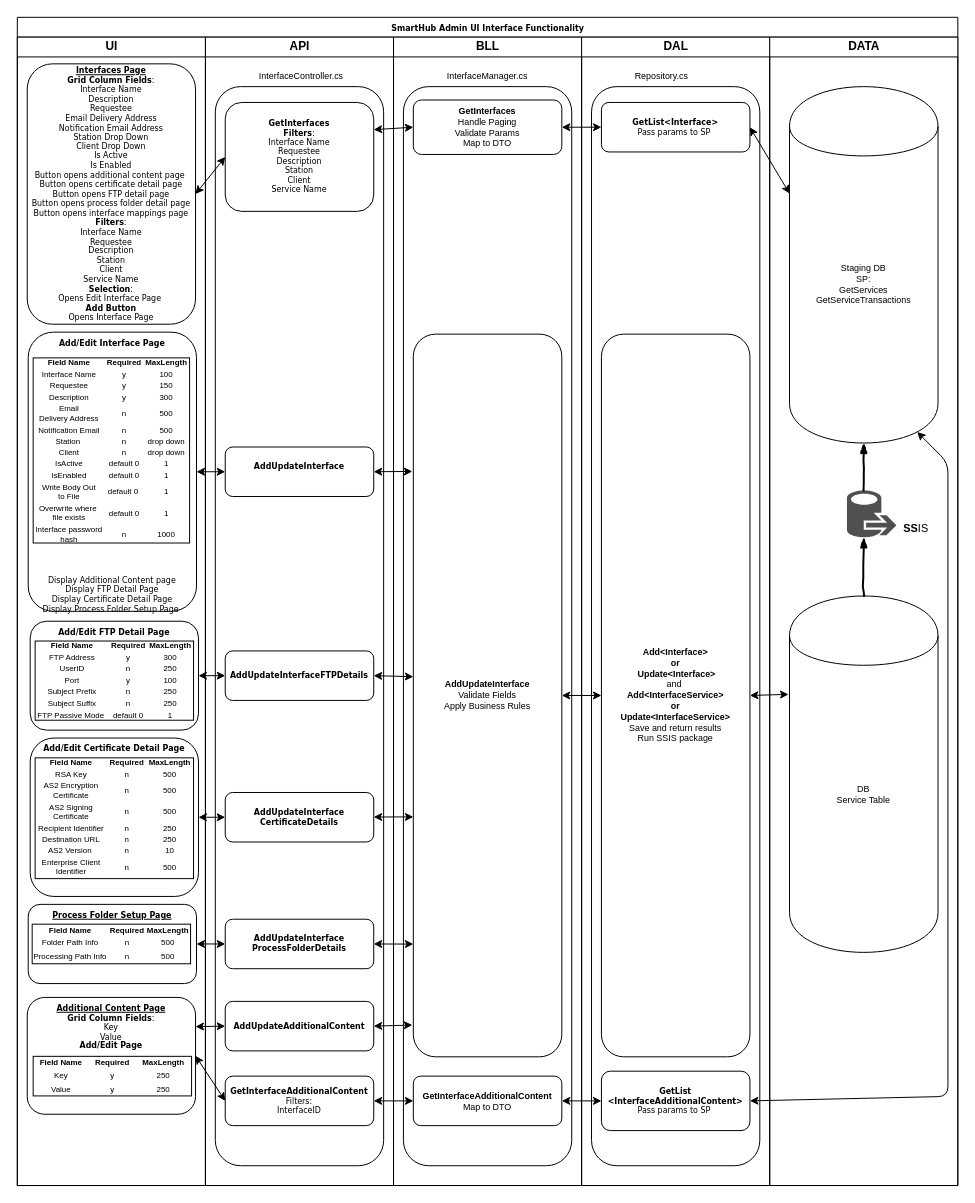
Earlier version of the draw.io diagram SHAdminUI-Interface-Functionality.drawio (Cyrolies/TigersFreightDocs). Source tidied: cells renumbered, new cells numbered last; positions are measured from the earlier drawing's top-left corner, leaving out a move shared by most shapes. Both pictures are drawn from the tidied source at 99%, with x=0, y=0 at pixel (17, 17).
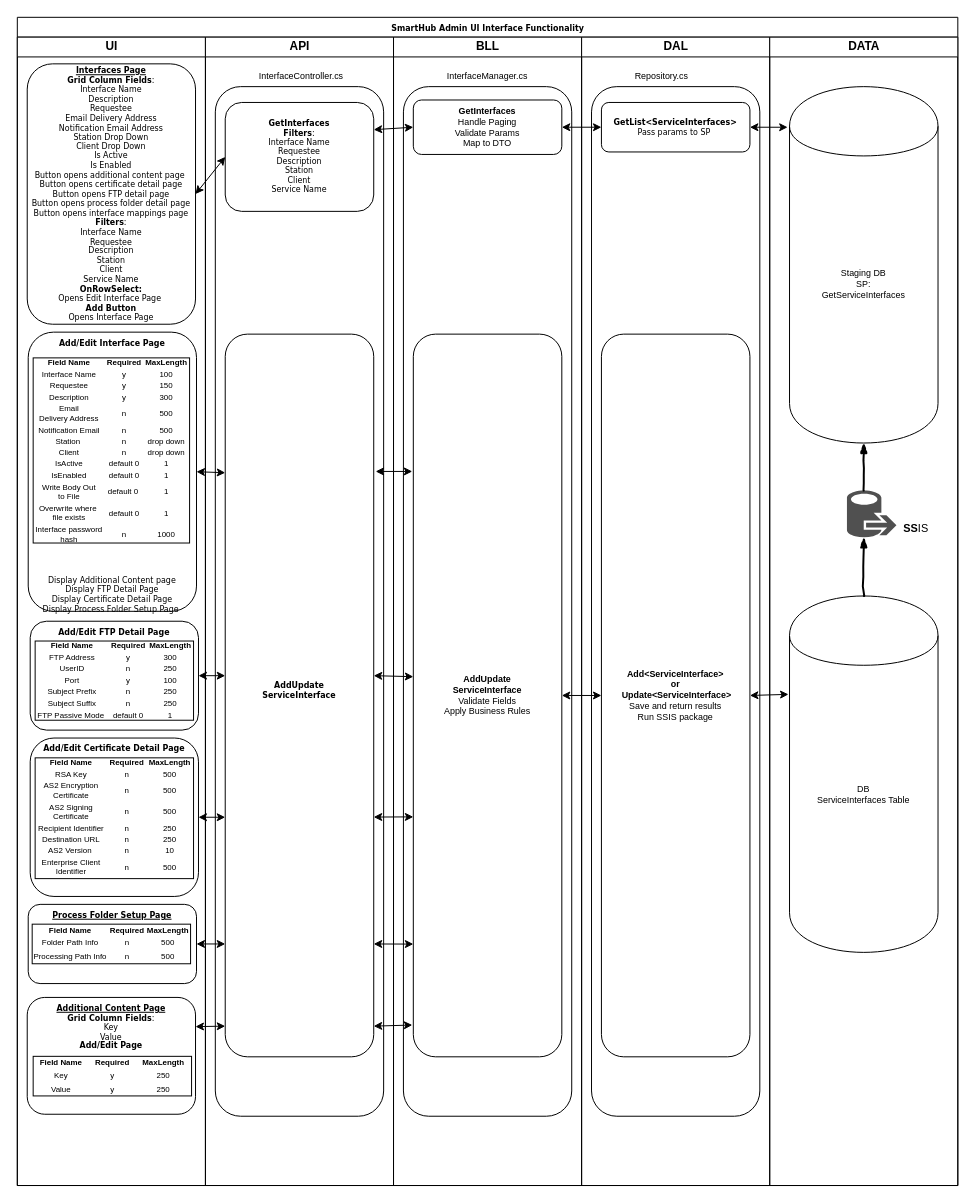
The same page after the edit.

The change refers to these unchanged cells:
```xml
<mxCell id="2" value="SmartHub Admin UI Interface Functionality" style="swimlane;html=1;startSize=20;rounded=0;shadow=0;labelBackgroundColor=none;strokeColor=#000000;strokeWidth=1;fillColor=#ffffff;fontFamily=Verdana;fontSize=8;fontColor=#000000;align=center;verticalAlign=top;" parent="1" vertex="1">
  <mxGeometry width="950" height="1180" as="geometry" />
</mxCell>
<mxCell id="3" value="UI" style="swimlane;html=1;startSize=20;" parent="2" vertex="1">
  <mxGeometry y="20" width="190" height="1160" as="geometry" />
</mxCell>
<mxCell id="4" value="&lt;b&gt;&lt;u&gt;Process Folder Setup Page&lt;/u&gt;&lt;/b&gt;&lt;br&gt;" style="rounded=1;whiteSpace=wrap;html=1;shadow=0;labelBackgroundColor=none;strokeColor=#000000;strokeWidth=1;fillColor=#ffffff;fontFamily=Verdana;fontSize=8;fontColor=#000000;align=center;verticalAlign=top;" parent="3" vertex="1">
  <mxGeometry x="11" y="876" width="170" height="80" as="geometry" />
</mxCell>
<mxCell id="6" value="&lt;b&gt;Add/Edit Interface Page&lt;/b&gt;&lt;br&gt;&lt;br&gt;&lt;br&gt;&lt;br&gt;&lt;br&gt;&lt;br&gt;&lt;br&gt;&lt;br&gt;&lt;br&gt;&lt;br&gt;&lt;br&gt;&lt;br&gt;&lt;br&gt;&lt;br&gt;&lt;br&gt;&lt;br&gt;&lt;br&gt;&lt;br&gt;&lt;br&gt;&lt;br&gt;&lt;br&gt;&lt;br&gt;&lt;br&gt;&lt;br&gt;&lt;br&gt;Display Additional Content page&lt;br&gt;Display FTP Detail Page&lt;br&gt;Display Certificate Detail Page&lt;br&gt;Display Process Folder Setup Page&amp;nbsp;" style="rounded=1;whiteSpace=wrap;html=1;shadow=0;labelBackgroundColor=none;strokeColor=#000000;strokeWidth=1;fillColor=#ffffff;fontFamily=Verdana;fontSize=8;fontColor=#000000;align=center;verticalAlign=top;" parent="3" vertex="1">
  <mxGeometry x="11" y="298" width="170" height="282" as="geometry" />
</mxCell>
<mxCell id="7" value="&lt;b&gt;&lt;u&gt;Additional Content Page&lt;/u&gt;&lt;/b&gt;&lt;br&gt;&lt;b&gt;Grid Column Fields&lt;/b&gt;:&lt;br&gt;Key&lt;br&gt;Value&lt;br&gt;&lt;b&gt;Add/Edit Page&lt;br&gt;&lt;/b&gt;" style="rounded=1;whiteSpace=wrap;html=1;shadow=0;labelBackgroundColor=none;strokeColor=#000000;strokeWidth=1;fillColor=#ffffff;fontFamily=Verdana;fontSize=8;fontColor=#000000;align=center;verticalAlign=top;" parent="3" vertex="1">
  <mxGeometry x="10" y="970" width="170" height="118" as="geometry" />
</mxCell>
<mxCell id="9" value="&lt;b&gt;Add/Edit FTP Detail Page&lt;br&gt;&lt;/b&gt;" style="rounded=1;whiteSpace=wrap;html=1;shadow=0;labelBackgroundColor=none;strokeColor=#000000;strokeWidth=1;fillColor=#ffffff;fontFamily=Verdana;fontSize=8;fontColor=#000000;align=center;verticalAlign=top;" parent="3" vertex="1">
  <mxGeometry x="13" y="590" width="170" height="110" as="geometry" />
</mxCell>
<mxCell id="11" value="&lt;b&gt;Add/Edit Certificate Detail Page&lt;br&gt;&lt;/b&gt;" style="rounded=1;whiteSpace=wrap;html=1;shadow=0;labelBackgroundColor=none;strokeColor=#000000;strokeWidth=1;fillColor=#ffffff;fontFamily=Verdana;fontSize=8;fontColor=#000000;align=center;verticalAlign=top;" parent="3" vertex="1">
  <mxGeometry x="13" y="708" width="170" height="160" as="geometry" />
</mxCell>
<mxCell id="15" value="API" style="swimlane;html=1;startSize=20;" parent="2" vertex="1">
  <mxGeometry x="190" y="20" width="190" height="1160" as="geometry" />
</mxCell>
<mxCell id="25" value="BLL" style="swimlane;html=1;startSize=20;" parent="2" vertex="1">
  <mxGeometry x="380" y="20" width="190" height="1160" as="geometry" />
</mxCell>
<mxCell id="31" value="DAL" style="swimlane;html=1;startSize=20;" parent="2" vertex="1">
  <mxGeometry x="570" y="20" width="190" height="1160" as="geometry" />
</mxCell>
<mxCell id="46" value="DATA" style="swimlane;html=1;startSize=20;align=center;" parent="2" vertex="1">
  <mxGeometry x="760" y="20" width="190" height="1160" as="geometry" />
</mxCell>
```

The edit, as a diff of the source:
```diff
@@
-    <mxCell id="5" value="&lt;b&gt;&lt;u&gt;Interfaces Page&lt;br&gt;&lt;/u&gt;Grid Column Fields&lt;/b&gt;:&lt;br&gt;Interface Name&lt;br&gt;Description&lt;br&gt;Requestee&lt;br&gt;Email Delivery Address&lt;br&gt;Notification Email Address&lt;br&gt;Station Drop Down&lt;br&gt;Client Drop Down&lt;br&gt;Is Active&lt;br&gt;Is Enabled&lt;br&gt;Button opens additional content page&amp;nbsp;&lt;br&gt;Button opens certificate detail page&lt;br&gt;Button opens FTP detail page&lt;br&gt;Button opens process folder detail page&lt;br&gt;Button opens interface mappings page&lt;br&gt;&lt;b&gt;Filters&lt;/b&gt;:&lt;br&gt;Interface Name&lt;br&gt;Requestee&lt;br&gt;Description&lt;br&gt;Station&lt;br&gt;Client&lt;br&gt;Service Name&lt;br&gt;&lt;b&gt;Selection&lt;/b&gt;:&lt;br&gt;Opens Edit Interface Page&amp;nbsp;&lt;br&gt;&lt;b&gt;Add Button&lt;/b&gt;&lt;br&gt;Opens Interface Page" style="rounded=1;whiteSpace=wrap;html=1;shadow=0;labelBackgroundColor=none;strokeColor=#000000;strokeWidth=1;fillColor=#ffffff;fontFamily=Verdana;fontSize=8;fontColor=#000000;align=center;" parent="3" vertex="1">
+    <mxCell id="5" value="&lt;b&gt;&lt;u&gt;Interfaces Page&lt;br&gt;&lt;/u&gt;Grid Column Fields&lt;/b&gt;:&lt;br&gt;Interface Name&lt;br&gt;Description&lt;br&gt;Requestee&lt;br&gt;Email Delivery Address&lt;br&gt;Notification Email Address&lt;br&gt;Station Drop Down&lt;br&gt;Client Drop Down&lt;br&gt;Is Active&lt;br&gt;Is Enabled&lt;br&gt;Button opens additional content page&amp;nbsp;&lt;br&gt;Button opens certificate detail page&lt;br&gt;Button opens FTP detail page&lt;br&gt;Button opens process folder detail page&lt;br&gt;Button opens interface mappings page&lt;br&gt;&lt;b&gt;Filters&lt;/b&gt;:&lt;br&gt;Interface Name&lt;br&gt;Requestee&lt;br&gt;Description&lt;br&gt;Station&lt;br&gt;Client&lt;br&gt;Service Name&lt;br&gt;&lt;b&gt;OnRowSelect:&lt;br&gt;&lt;/b&gt;Opens Edit Interface Page&amp;nbsp;&lt;br&gt;&lt;b&gt;Add Button&lt;/b&gt;&lt;br&gt;Opens Interface Page" style="rounded=1;whiteSpace=wrap;html=1;shadow=0;labelBackgroundColor=none;strokeColor=#000000;strokeWidth=1;fillColor=#ffffff;fontFamily=Verdana;fontSize=8;fontColor=#000000;align=center;" parent="3" vertex="1">
       <mxGeometry x="10" y="27" width="170" height="263" as="geometry" />
     </mxCell>
@@
     <mxCell id="16" style="rounded=1;whiteSpace=wrap;html=1;fontSize=9;align=center;" parent="15" vertex="1">
-      <mxGeometry x="10" y="50" width="170" height="1090" as="geometry" />
+      <mxGeometry x="10" y="50" width="170" height="1040" as="geometry" />
     </mxCell>
@@
-    <mxCell id="18" value="&lt;b&gt;AddUpdateInterface&lt;br&gt;&amp;nbsp;&lt;/b&gt;" style="rounded=1;whiteSpace=wrap;html=1;shadow=0;labelBackgroundColor=none;strokeColor=#000000;strokeWidth=1;fillColor=#ffffff;fontFamily=Verdana;fontSize=8;fontColor=#000000;align=center;verticalAlign=middle;" parent="15" vertex="1">
-      <mxGeometry x="20" y="414" width="150" height="50" as="geometry" />
+    <mxCell id="18" value="&lt;b&gt;AddUpdate&lt;br&gt;ServiceInterface&lt;br&gt;&amp;nbsp;&lt;/b&gt;" style="rounded=1;whiteSpace=wrap;html=1;shadow=0;labelBackgroundColor=none;strokeColor=#000000;strokeWidth=1;fillColor=#ffffff;fontFamily=Verdana;fontSize=8;fontColor=#000000;align=center;verticalAlign=middle;" parent="15" vertex="1">
+      <mxGeometry x="20" y="300" width="150" height="730" as="geometry" />
     </mxCell>
@@
-    <mxCell id="20" value="&lt;b&gt;GetInterfaceAdditionalContent&lt;/b&gt;&lt;br&gt;Filters:&lt;br&gt;InterfaceID&lt;br&gt;" style="rounded=1;whiteSpace=wrap;html=1;shadow=0;labelBackgroundColor=none;strokeColor=#000000;strokeWidth=1;fillColor=#ffffff;fontFamily=Verdana;fontSize=8;fontColor=#000000;align=center;verticalAlign=middle;" parent="15" vertex="1">
-      <mxGeometry x="20" y="1049.5" width="150" height="50" as="geometry" />
-    </mxCell>
-    <mxCell id="21" value="&lt;b&gt;AddUpdateAdditionalContent&lt;/b&gt;&lt;br&gt;" style="rounded=1;whiteSpace=wrap;html=1;shadow=0;labelBackgroundColor=none;strokeColor=#000000;strokeWidth=1;fillColor=#ffffff;fontFamily=Verdana;fontSize=8;fontColor=#000000;align=center;verticalAlign=middle;" parent="15" vertex="1">
-      <mxGeometry x="20" y="974" width="150" height="50" as="geometry" />
-    </mxCell>
-    <mxCell id="22" value="&lt;b&gt;AddUpdateInterface&lt;br&gt;ProcessFolderDetails&lt;/b&gt;" style="rounded=1;whiteSpace=wrap;html=1;shadow=0;labelBackgroundColor=none;strokeColor=#000000;strokeWidth=1;fillColor=#ffffff;fontFamily=Verdana;fontSize=8;fontColor=#000000;align=center;verticalAlign=middle;" parent="15" vertex="1">
-      <mxGeometry x="20" y="891" width="150" height="50" as="geometry" />
-    </mxCell>
-    <mxCell id="23" value="&lt;b&gt;AddUpdateInterface&lt;br&gt;CertificateDetails&lt;/b&gt;" style="rounded=1;whiteSpace=wrap;html=1;shadow=0;labelBackgroundColor=none;strokeColor=#000000;strokeWidth=1;fillColor=#ffffff;fontFamily=Verdana;fontSize=8;fontColor=#000000;align=center;verticalAlign=middle;" parent="15" vertex="1">
-      <mxGeometry x="20" y="763" width="150" height="50" as="geometry" />
-    </mxCell>
-    <mxCell id="24" value="&lt;b&gt;AddUpdateInterfaceFTPDetails&lt;/b&gt;" style="rounded=1;whiteSpace=wrap;html=1;shadow=0;labelBackgroundColor=none;strokeColor=#000000;strokeWidth=1;fillColor=#ffffff;fontFamily=Verdana;fontSize=8;fontColor=#000000;align=center;verticalAlign=middle;" parent="15" vertex="1">
-      <mxGeometry x="20" y="620" width="150" height="50" as="geometry" />
-    </mxCell>
@@
     <mxCell id="26" style="rounded=1;whiteSpace=wrap;html=1;shadow=0;labelBackgroundColor=none;strokeColor=#000000;strokeWidth=1;fillColor=#ffffff;fontFamily=Verdana;fontSize=8;fontColor=#000000;align=center;" parent="25" vertex="1">
-      <mxGeometry x="10" y="50" width="170" height="1090" as="geometry" />
+      <mxGeometry x="10" y="50" width="170" height="1040" as="geometry" />
     </mxCell>
@@
-    <mxCell id="29" value="&lt;b&gt;AddUpdateInterface&lt;/b&gt;&lt;br&gt;Validate Fields&lt;br&gt;Apply Business Rules" style="rounded=1;whiteSpace=wrap;html=1;fontSize=9;align=center;" parent="25" vertex="1">
+    <mxCell id="29" value="&lt;b&gt;AddUpdate&lt;br&gt;ServiceInterface&lt;/b&gt;&lt;br&gt;Validate Fields&lt;br&gt;Apply Business Rules" style="rounded=1;whiteSpace=wrap;html=1;fontSize=9;align=center;" parent="25" vertex="1">
       <mxGeometry x="20" y="300" width="150" height="730" as="geometry" />
     </mxCell>
-    <mxCell id="30" value="&lt;b&gt;GetInterfaceAdditionalContent&lt;/b&gt;&lt;br&gt;Map to DTO" style="rounded=1;whiteSpace=wrap;html=1;fontSize=9;align=center;" parent="25" vertex="1">
-      <mxGeometry x="20" y="1049.5" width="150" height="50" as="geometry" />
-    </mxCell>
@@
     <mxCell id="32" style="rounded=1;whiteSpace=wrap;html=1;fontSize=9;align=center;" parent="31" vertex="1">
-      <mxGeometry x="10" y="50" width="170" height="1090" as="geometry" />
+      <mxGeometry x="10" y="50" width="170" height="1040" as="geometry" />
     </mxCell>
-    <mxCell id="33" value="&lt;b&gt;GetList&amp;lt;Interface&amp;gt;&lt;br&gt;&lt;/b&gt;Pass params to SP&amp;nbsp;" style="rounded=1;whiteSpace=wrap;html=1;shadow=0;labelBackgroundColor=none;strokeColor=#000000;strokeWidth=1;fillColor=#ffffff;fontFamily=Verdana;fontSize=8;fontColor=#000000;align=center;" parent="31" vertex="1">
+    <mxCell id="33" value="&lt;b&gt;GetList&amp;lt;ServiceInterfaces&amp;gt;&lt;br&gt;&lt;/b&gt;Pass params to SP&amp;nbsp;" style="rounded=1;whiteSpace=wrap;html=1;shadow=0;labelBackgroundColor=none;strokeColor=#000000;strokeWidth=1;fillColor=#ffffff;fontFamily=Verdana;fontSize=8;fontColor=#000000;align=center;" parent="31" vertex="1">
       <mxGeometry x="20" y="66" width="150" height="50" as="geometry" />
     </mxCell>
-    <mxCell id="34" value="&lt;b&gt;Add&amp;lt;Interface&amp;gt; &lt;br&gt;or&lt;br&gt;&amp;nbsp;Update&amp;lt;Interface&amp;gt;&lt;br&gt;&lt;/b&gt;and&amp;nbsp;&lt;br&gt;&lt;b&gt;Add&amp;lt;InterfaceService&amp;gt;&lt;/b&gt;&lt;br&gt;&lt;b&gt;or&lt;br&gt;Update&amp;lt;InterfaceService&amp;gt;&lt;/b&gt;&lt;br&gt;Save and return results&lt;br&gt;Run SSIS package" style="rounded=1;whiteSpace=wrap;html=1;fontSize=9;align=center;" parent="31" vertex="1">
+    <mxCell id="34" value="&lt;b&gt;Add&amp;lt;ServiceInterface&amp;gt; &lt;br&gt;or&lt;br&gt;&amp;nbsp;Update&amp;lt;ServiceInterface&amp;gt;&lt;br&gt;&lt;/b&gt;Save and return results&lt;br&gt;Run SSIS package" style="rounded=1;whiteSpace=wrap;html=1;fontSize=9;align=center;" parent="31" vertex="1">
       <mxGeometry x="20" y="300" width="150" height="730" as="geometry" />
     </mxCell>
@@
-    <mxCell id="36" value="&lt;b&gt;GetList&lt;br&gt;&amp;lt;InterfaceAdditionalContent&amp;gt;&lt;br&gt;&lt;/b&gt;Pass params to SP&amp;nbsp;" style="rounded=1;whiteSpace=wrap;html=1;shadow=0;labelBackgroundColor=none;strokeColor=#000000;strokeWidth=1;fillColor=#ffffff;fontFamily=Verdana;fontSize=8;fontColor=#000000;align=center;" parent="31" vertex="1">
-      <mxGeometry x="20" y="1044.5" width="150" height="60" as="geometry" />
-    </mxCell>
@@
-    <mxCell id="38" style="endArrow=classic;startArrow=classic;html=1;fontSize=9;exitX=1;exitY=0.5;exitDx=0;exitDy=0;entryX=-0.007;entryY=0.19;entryDx=0;entryDy=0;entryPerimeter=0;" parent="2" edge="1" source="18" target="29">
+    <mxCell id="38" style="endArrow=classic;startArrow=classic;html=1;fontSize=9;exitX=1.013;exitY=0.19;exitDx=0;exitDy=0;entryX=-0.007;entryY=0.19;entryDx=0;entryDy=0;entryPerimeter=0;exitPerimeter=0;" parent="2" edge="1" source="18" target="29">
       <mxGeometry relative="1" as="geometry" />
     </mxCell>
@@
-    <mxCell id="40" style="endArrow=classic;startArrow=classic;html=1;fontSize=9;entryX=0;entryY=0.3;entryDx=0;entryDy=0;exitX=1;exitY=0.5;exitDx=0;exitDy=0;" parent="2" edge="1" source="33" target="47">
+    <mxCell id="40" style="endArrow=classic;startArrow=classic;html=1;fontSize=9;entryX=-0.013;entryY=0.114;entryDx=0;entryDy=0;exitX=1;exitY=0.5;exitDx=0;exitDy=0;entryPerimeter=0;" parent="2" edge="1" source="33" target="47">
       <mxGeometry relative="1" as="geometry" />
     </mxCell>
-    <mxCell id="41" style="endArrow=classic;startArrow=classic;html=1;fontSize=9;entryX=0.86;entryY=0.969;entryDx=0;entryDy=0;exitX=1;exitY=0.5;exitDx=0;exitDy=0;entryPerimeter=0;" parent="2" edge="1" source="36" target="47">
-      <mxGeometry relative="1" as="geometry">
-        <Array as="points">
-          <mxPoint x="940" y="1090" />
-          <mxPoint x="940" y="450" />
-        </Array>
-      </mxGeometry>
-    </mxCell>
-    <mxCell id="42" style="endArrow=classic;startArrow=classic;html=1;fontSize=8;entryX=0;entryY=0.5;entryDx=0;entryDy=0;exitX=1;exitY=0.5;exitDx=0;exitDy=0;" parent="2" edge="1" source="6" target="18">
-      <mxGeometry relative="1" as="geometry" />
+    <mxCell id="42" style="endArrow=classic;startArrow=classic;html=1;fontSize=8;exitX=1;exitY=0.5;exitDx=0;exitDy=0;" parent="2" edge="1" source="6">
+      <mxGeometry relative="1" as="geometry">
+        <mxPoint x="210" y="460" as="targetPoint" />
+      </mxGeometry>
     </mxCell>
-    <mxCell id="43" style="endArrow=classic;startArrow=classic;html=1;fontSize=8;entryX=0;entryY=0.5;entryDx=0;entryDy=0;exitX=1;exitY=0.5;exitDx=0;exitDy=0;" parent="2" edge="1" source="7" target="20">
-      <mxGeometry relative="1" as="geometry" />
-    </mxCell>
-    <mxCell id="44" style="endArrow=classic;startArrow=classic;html=1;fontSize=8;entryX=0;entryY=0.5;entryDx=0;entryDy=0;exitX=1;exitY=0.5;exitDx=0;exitDy=0;" parent="2" edge="1" source="20" target="30">
-      <mxGeometry relative="1" as="geometry" />
-    </mxCell>
-    <mxCell id="45" style="endArrow=classic;startArrow=classic;html=1;fontSize=8;entryX=0;entryY=0.5;entryDx=0;entryDy=0;exitX=1;exitY=0.5;exitDx=0;exitDy=0;" parent="2" edge="1" source="30" target="36">
-      <mxGeometry relative="1" as="geometry" />
-    </mxCell>
@@
-    <mxCell id="47" value="Staging DB&lt;br&gt;SP:&lt;br&gt;GetServices&lt;br&gt;GetServiceTransactions" style="shape=cylinder;whiteSpace=wrap;html=1;boundedLbl=1;backgroundOutline=1;fontSize=9;align=center;" parent="46" vertex="1">
+    <mxCell id="47" value="Staging DB&lt;br&gt;SP:&lt;br&gt;GetServiceInterfaces&lt;br&gt;" style="shape=cylinder;whiteSpace=wrap;html=1;boundedLbl=1;backgroundOutline=1;fontSize=9;align=center;" parent="46" vertex="1">
       <mxGeometry x="20" y="50" width="150" height="360" as="geometry" />
     </mxCell>
-    <mxCell id="48" value="DB&lt;br&gt;Service Table" style="shape=cylinder;whiteSpace=wrap;html=1;boundedLbl=1;backgroundOutline=1;fontSize=9;align=center;" parent="46" vertex="1">
+    <mxCell id="48" value="DB&lt;br&gt;ServiceInterfaces Table" style="shape=cylinder;whiteSpace=wrap;html=1;boundedLbl=1;backgroundOutline=1;fontSize=9;align=center;" parent="46" vertex="1">
       <mxGeometry x="20" y="564.5" width="150" height="360" as="geometry" />
     </mxCell>
@@
-    <mxCell id="53" style="endArrow=classic;startArrow=classic;html=1;entryX=0;entryY=0.5;entryDx=0;entryDy=0;exitX=1;exitY=0.5;exitDx=0;exitDy=0;" parent="2" edge="1" source="9" target="24">
-      <mxGeometry relative="1" as="geometry" />
+    <mxCell id="53" style="endArrow=classic;startArrow=classic;html=1;entryX=0;entryY=0.5;entryDx=0;entryDy=0;exitX=1;exitY=0.5;exitDx=0;exitDy=0;" parent="2" edge="1" source="9">
+      <mxGeometry relative="1" as="geometry">
+        <mxPoint x="210" y="665" as="targetPoint" />
+      </mxGeometry>
     </mxCell>
-    <mxCell id="54" style="endArrow=classic;startArrow=classic;html=1;entryX=0;entryY=0.5;entryDx=0;entryDy=0;exitX=1;exitY=0.5;exitDx=0;exitDy=0;" parent="2" edge="1" source="11" target="23">
-      <mxGeometry relative="1" as="geometry" />
+    <mxCell id="54" style="endArrow=classic;startArrow=classic;html=1;entryX=0;entryY=0.5;entryDx=0;entryDy=0;exitX=1;exitY=0.5;exitDx=0;exitDy=0;" parent="2" edge="1" source="11">
+      <mxGeometry relative="1" as="geometry">
+        <mxPoint x="210" y="808" as="targetPoint" />
+      </mxGeometry>
     </mxCell>
-    <mxCell id="55" style="endArrow=classic;startArrow=classic;html=1;entryX=0;entryY=0.5;entryDx=0;entryDy=0;exitX=1;exitY=0.5;exitDx=0;exitDy=0;" parent="2" edge="1" source="4" target="22">
-      <mxGeometry relative="1" as="geometry" />
+    <mxCell id="55" style="endArrow=classic;startArrow=classic;html=1;entryX=0;entryY=0.5;entryDx=0;entryDy=0;exitX=1;exitY=0.5;exitDx=0;exitDy=0;" parent="2" edge="1" source="4">
+      <mxGeometry relative="1" as="geometry">
+        <mxPoint x="210" y="936" as="targetPoint" />
+      </mxGeometry>
     </mxCell>
-    <mxCell id="56" style="endArrow=classic;startArrow=classic;html=1;entryX=0;entryY=0.5;entryDx=0;entryDy=0;exitX=1;exitY=0.25;exitDx=0;exitDy=0;" parent="2" edge="1" source="7" target="21">
-      <mxGeometry relative="1" as="geometry" />
+    <mxCell id="56" style="endArrow=classic;startArrow=classic;html=1;entryX=0;entryY=0.5;entryDx=0;entryDy=0;exitX=1;exitY=0.25;exitDx=0;exitDy=0;" parent="2" edge="1" source="7">
+      <mxGeometry relative="1" as="geometry">
+        <mxPoint x="210" y="1019" as="targetPoint" />
+      </mxGeometry>
     </mxCell>
-    <mxCell id="57" style="endArrow=classic;startArrow=classic;html=1;exitX=1;exitY=0.5;exitDx=0;exitDy=0;entryX=0;entryY=0.474;entryDx=0;entryDy=0;entryPerimeter=0;" parent="2" edge="1" source="24" target="29">
-      <mxGeometry relative="1" as="geometry" />
+    <mxCell id="57" style="endArrow=classic;startArrow=classic;html=1;exitX=1;exitY=0.5;exitDx=0;exitDy=0;entryX=0;entryY=0.474;entryDx=0;entryDy=0;entryPerimeter=0;" parent="2" edge="1" target="29">
+      <mxGeometry relative="1" as="geometry">
+        <mxPoint x="360" y="665" as="sourcePoint" />
+      </mxGeometry>
     </mxCell>
-    <mxCell id="58" style="endArrow=classic;startArrow=classic;html=1;entryX=0;entryY=0.668;entryDx=0;entryDy=0;entryPerimeter=0;" parent="2" edge="1" source="23" target="29">
-      <mxGeometry relative="1" as="geometry" />
+    <mxCell id="58" style="endArrow=classic;startArrow=classic;html=1;entryX=0;entryY=0.668;entryDx=0;entryDy=0;entryPerimeter=0;" parent="2" edge="1" target="29">
+      <mxGeometry relative="1" as="geometry">
+        <mxPoint x="360" y="807.8" as="sourcePoint" />
+      </mxGeometry>
     </mxCell>
-    <mxCell id="59" style="endArrow=classic;startArrow=classic;html=1;entryX=0;entryY=0.844;entryDx=0;entryDy=0;entryPerimeter=0;exitX=1;exitY=0.5;exitDx=0;exitDy=0;" parent="2" edge="1" source="22" target="29">
-      <mxGeometry relative="1" as="geometry" />
+    <mxCell id="59" style="endArrow=classic;startArrow=classic;html=1;entryX=0;entryY=0.844;entryDx=0;entryDy=0;entryPerimeter=0;exitX=1;exitY=0.5;exitDx=0;exitDy=0;" parent="2" edge="1" target="29">
+      <mxGeometry relative="1" as="geometry">
+        <mxPoint x="360" y="936" as="sourcePoint" />
+      </mxGeometry>
     </mxCell>
-    <mxCell id="60" style="endArrow=classic;startArrow=classic;html=1;entryX=-0.007;entryY=0.956;entryDx=0;entryDy=0;entryPerimeter=0;exitX=1;exitY=0.5;exitDx=0;exitDy=0;" parent="2" edge="1" source="21" target="29">
-      <mxGeometry relative="1" as="geometry" />
+    <mxCell id="60" style="endArrow=classic;startArrow=classic;html=1;entryX=-0.007;entryY=0.956;entryDx=0;entryDy=0;entryPerimeter=0;exitX=1;exitY=0.5;exitDx=0;exitDy=0;" parent="2" edge="1" target="29">
+      <mxGeometry relative="1" as="geometry">
+        <mxPoint x="360" y="1019" as="sourcePoint" />
+      </mxGeometry>
     </mxCell>
```
